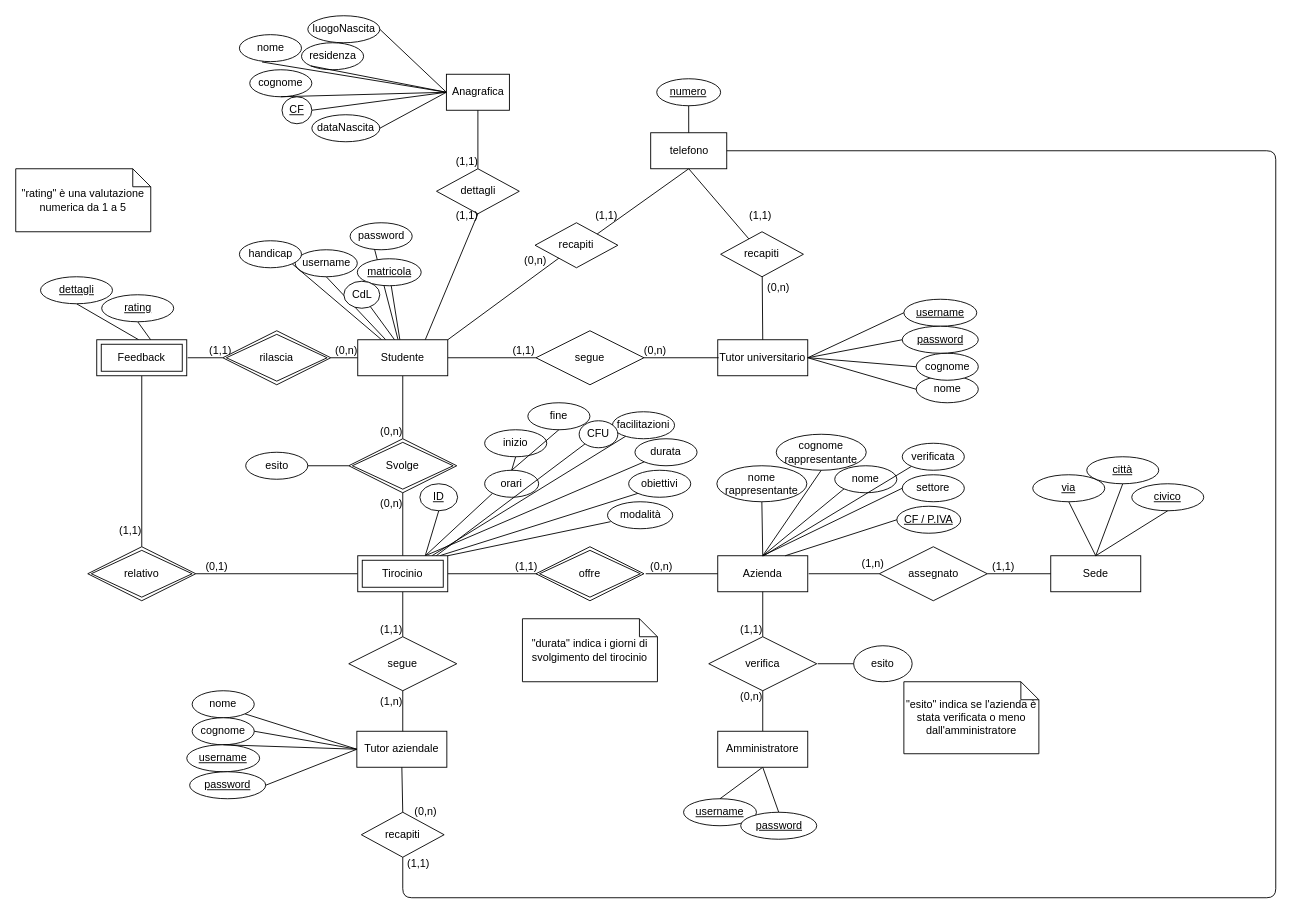
Before: page "Tirocini_ER_Ristrutturato" (2 of 2) of Tirocini ER.drawio in Carmine-Pittella/Lab_dati_MySQL, a draw.io diagram. Source tidied: cells renumbered, new cells numbered last; positions are measured from the earlier drawing's top-left corner, leaving out a move shared by most shapes. Both pictures are drawn from the tidied source at 90%, with x=0, y=0 at pixel (15, 15).
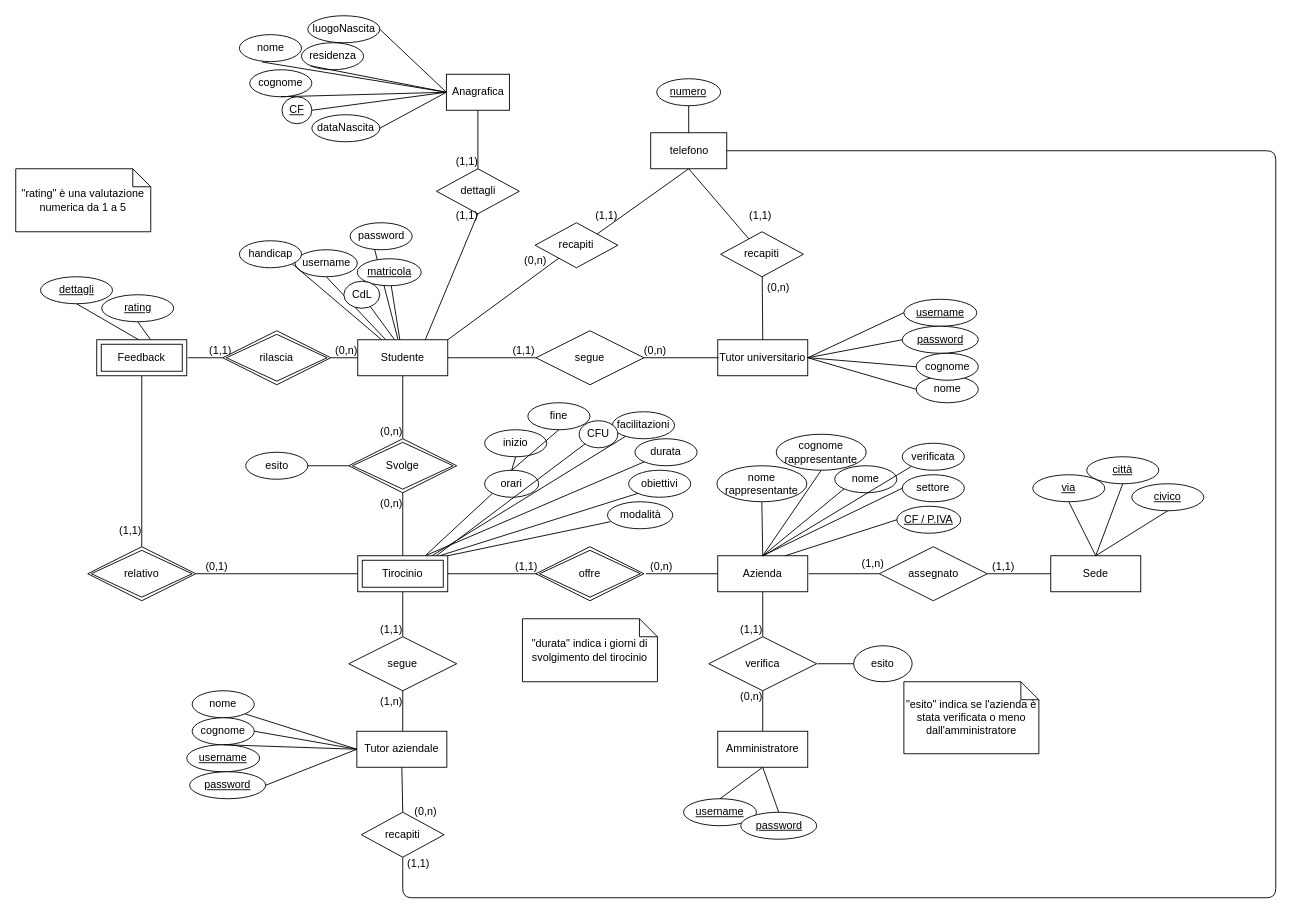
After the change.

The edit, as a diff of the source:
```diff
@@
-    <mxCell id="83" value="ID" style="ellipse;whiteSpace=wrap;html=1;align=center;fontStyle=4;" parent="1" vertex="1">
-      <mxGeometry x="449" y="520" width="42" height="30" as="geometry" />
-    </mxCell>
-    <mxCell id="84" style="endArrow=none;html=1;entryX=0.5;entryY=1;entryDx=0;entryDy=0;exitX=0.75;exitY=0;exitDx=0;exitDy=0;" parent="1" edge="1" target="83">
-      <mxGeometry relative="1" as="geometry">
-        <mxPoint x="455" y="600" as="sourcePoint" />
-      </mxGeometry>
-    </mxCell>
```
